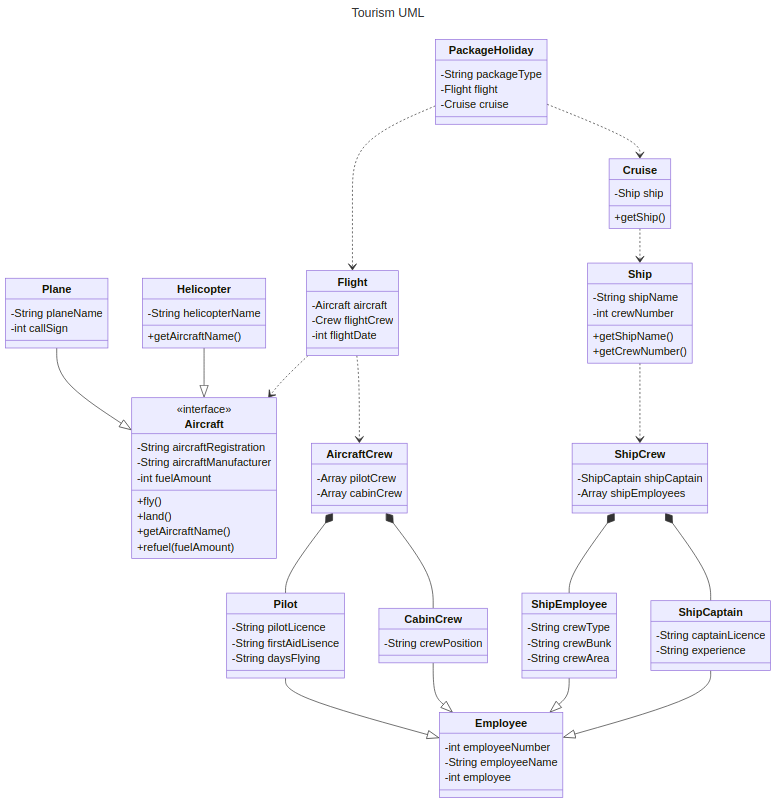
Earlier version of the Mermaid export report/class-digrams/uml-tourism.png (Sherman5A/usw-pop-coursework-2). Its source is kept beside it as report/class-digrams/uml-tourism.mmd.
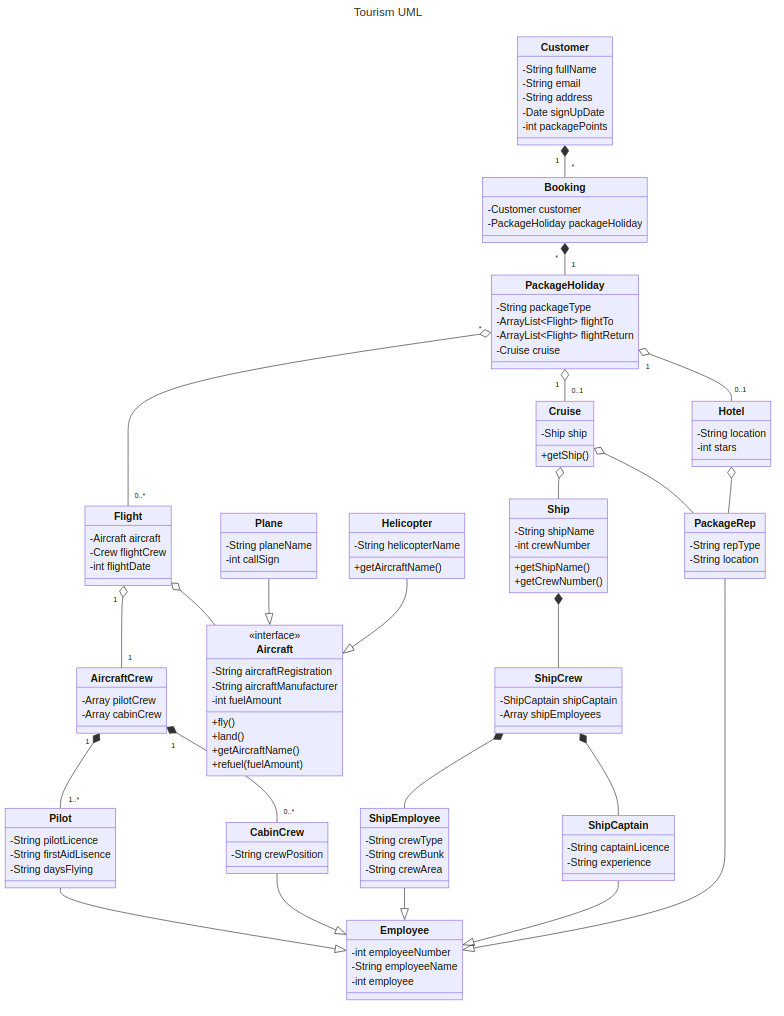
Later version of the same file.

Commit message:
Add cardinalities, new hotel relation

What changed in the source:
```diff
@@ -3,32 +3,63 @@
 ---
 
 classDiagram
-  PackageHoliday ..> Flight
-  PackageHoliday ..> Cruise
+  Customer "1" *-- "*" Booking
+  Booking "*" *-- "1" PackageHoliday
+
+  PackageHoliday "1" o-- "0..1" Cruise
+  PackageHoliday "1" o-- "0..1" Hotel
+
+  PackageHoliday "*" o-- "0..*" Flight
+  Flight "1" o-- "1" AircraftCrew
+  AircraftCrew "1" *-- "0..*" CabinCrew
+  AircraftCrew "1" *-- "1..*" Pilot
+  Flight o-- Aircraft
   Plane --|> Aircraft
   Helicopter --|> Aircraft
-  Flight ..> Aircraft
-  Flight ..> AircraftCrew
-  Cruise ..> Ship
-  Ship ..> ShipCrew
-  AircraftCrew *-- Pilot
-  AircraftCrew *-- CabinCrew
+  Cruise o-- Ship
+
+  Ship *-- ShipCrew
   ShipCrew *-- ShipCaptain
   ShipCrew *-- ShipEmployee
+  Cruise o-- PackageRep
+
+
+  Hotel o-- PackageRep
+
   Pilot --|> Employee
   CabinCrew --|> Employee
   ShipEmployee --|> Employee
   ShipCaptain --|> Employee
+  PackageRep --|> Employee
 
+
+  class Customer{
+    -String fullName
+    -String email
+    -String address
+    -Date signUpDate
+    -int packagePoints
+  }
+  class Booking{
+    -Customer customer
+    -PackageHoliday packageHoliday
+  }
   class PackageHoliday{
     -String packageType
-    -Flight flight
+    -ArrayList~Flight~ flightTo
+    -ArrayList~Flight~ flightReturn
     -Cruise cruise
   }
+
+
   class Flight{
     -Aircraft aircraft
     -Crew flightCrew
     -int flightDate
+  }
+  class Cruise{
+    -Ship ship
+    +getShip()
   }
   class Aircraft{
     <<interface>>
@@ -48,16 +79,20 @@
     -String planeName
     -int callSign
   }
-  class Cruise{
-    -Ship ship
-    +getShip()
-  }
   class Ship{
     -String shipName
     -int crewNumber
     +getShipName()
     +getCrewNumber()
   }
+
+
+  class Hotel{
+    -String location
+    -int stars
+
+  }
+
   class Employee{
     -int employeeNumber
     -String employeeName
@@ -88,3 +123,7 @@
     -String captainLicence
     -String experience
   }
+  class PackageRep{
+    -String repType
+    -String location
+  }
```
